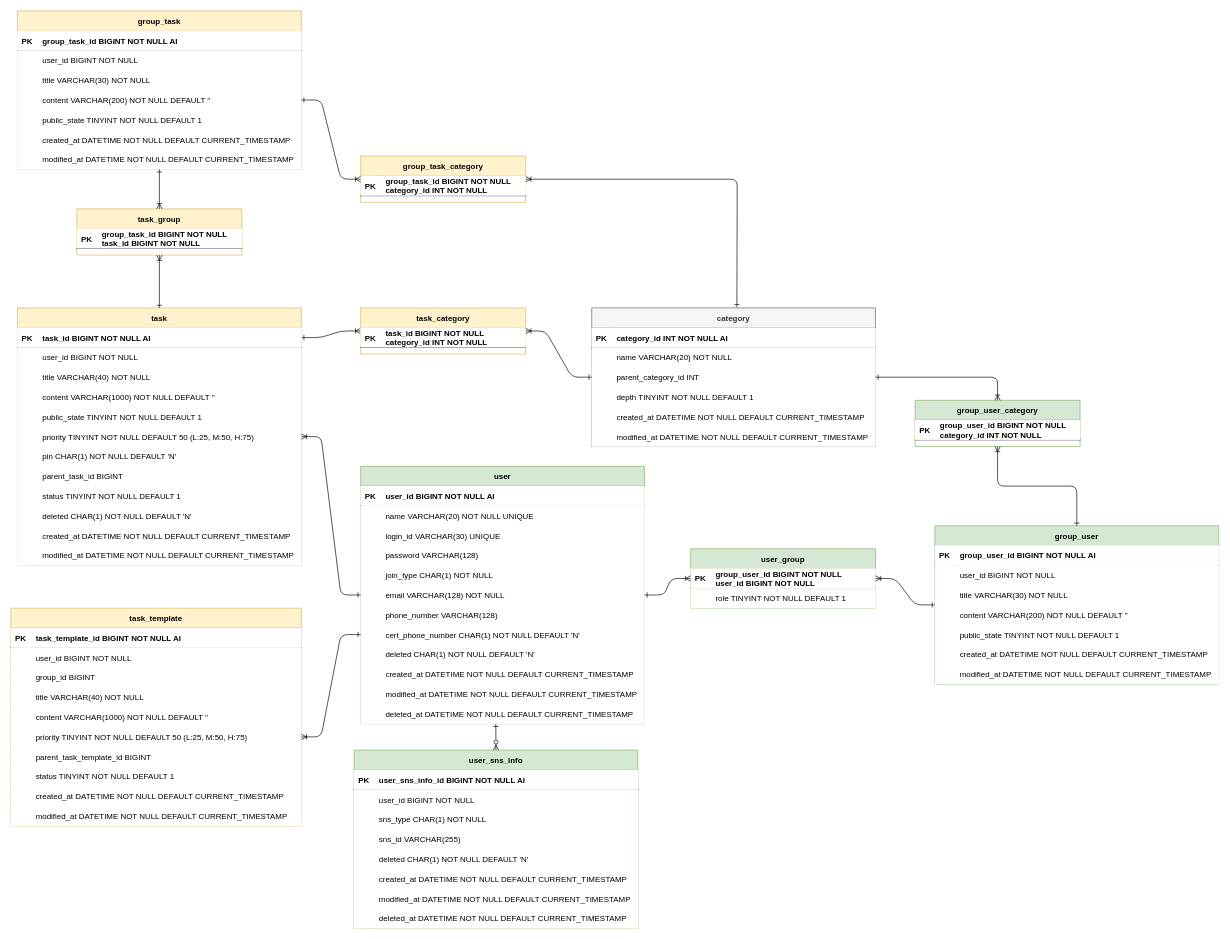
This is docs/erd.drawio from dev-team-avengers/chamomile, a draw.io file, before an edit. Source tidied: cells renumbered, new cells numbered last; positions are measured from the earlier drawing's top-left corner, leaving out a move shared by most shapes. Both pictures are drawn from the tidied source at 66%, with x=0, y=0 at pixel (11, 11).
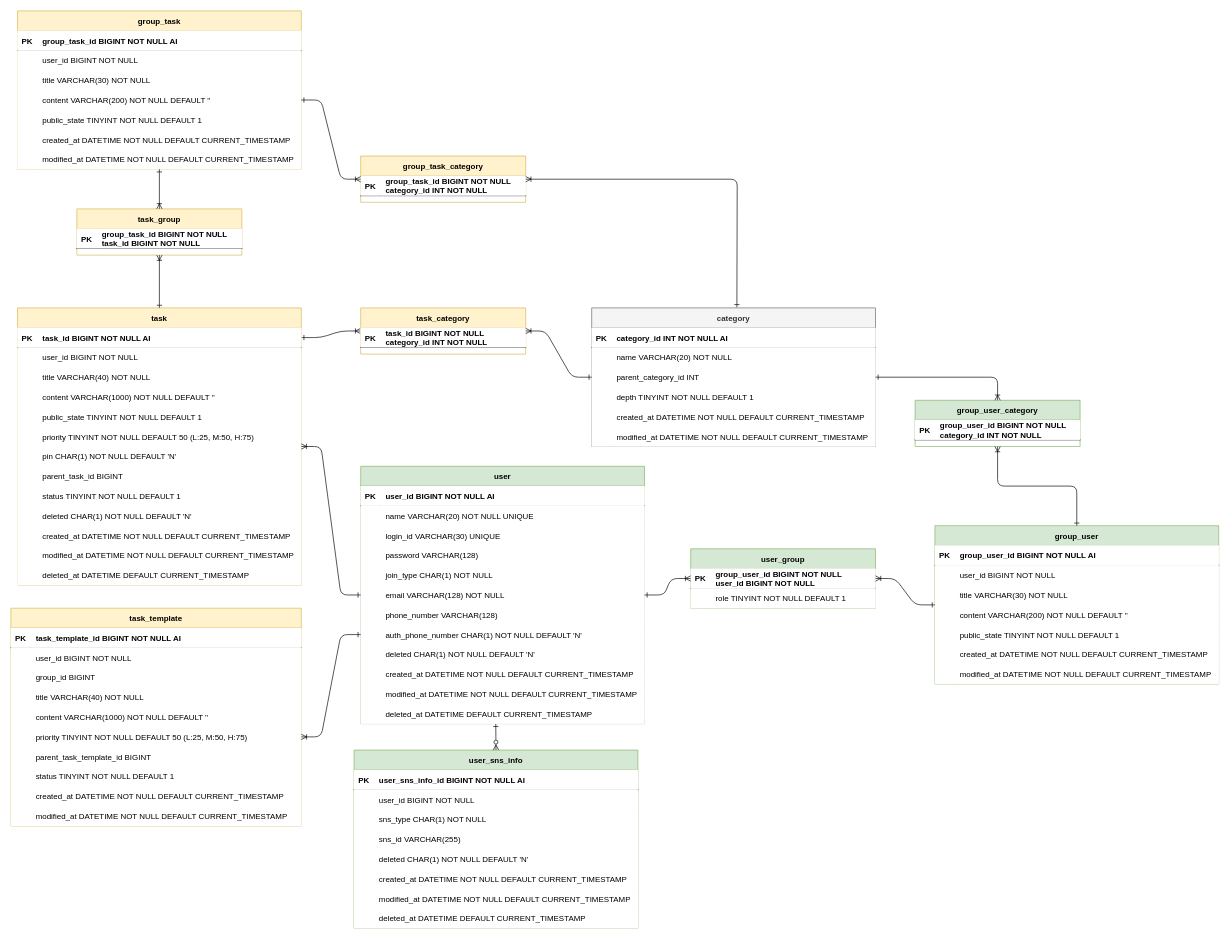
Above is the later version.

The change refers to these unchanged cells:
```xml
<mxCell id="145" style="shape=partialRectangle;points=[[0,0.5],[1,0.5]];portConstraint=eastwest;top=0;left=0;right=0;bottom=0;" parent="123" vertex="1">
  <mxGeometry y="240" width="430" height="30" as="geometry" />
</mxCell>
<mxCell id="157" style="shape=partialRectangle;points=[[0,0.5],[1,0.5]];portConstraint=eastwest;top=0;left=0;right=0;bottom=0;" parent="123" vertex="1">
  <mxGeometry y="360" width="430" height="30" as="geometry" />
</mxCell>
<mxCell id="182" style="shape=partialRectangle;top=0;left=0;right=0;bottom=0;" parent="160" vertex="1">
  <mxGeometry y="240" width="430" height="30" as="geometry" />
</mxCell>
```

Change to the diagram source:
```diff
@@
     <mxCell id="7" value="task" style="shape=table;startSize=30;childLayout=tableLayout;rowLines=0;fontStyle=1;align=center;flipV=0;flipH=0;fillColor=#fff2cc;strokeColor=#d6b656;" parent="1" vertex="1">
-      <mxGeometry x="10" y="450" width="430" height="390" as="geometry" />
+      <mxGeometry x="10" y="450" width="430" height="420" as="geometry" />
     </mxCell>
@@
+    <mxCell id="231" style="shape=partialRectangle;top=0;left=0;right=0;bottom=0;" parent="7" vertex="1">
+      <mxGeometry y="390" width="430" height="30" as="geometry" />
+    </mxCell>
+    <mxCell id="232" style="shape=partialRectangle;overflow=hidden;top=0;left=0;bottom=0;right=0;" parent="231" vertex="1">
+      <mxGeometry width="30" height="30" as="geometry" />
+    </mxCell>
+    <mxCell id="233" value="deleted_at DATETIME DEFAULT CURRENT_TIMESTAMP" style="shape=partialRectangle;overflow=hidden;top=0;left=0;bottom=0;right=0;align=left;spacingLeft=6;" parent="231" vertex="1">
+      <mxGeometry x="30" width="400" height="30" as="geometry" />
+    </mxCell>
@@
-    <mxCell id="147" value="cert_phone_number CHAR(1) NOT NULL DEFAULT 'N'" style="shape=partialRectangle;overflow=hidden;top=0;left=0;bottom=0;right=0;align=left;spacingLeft=6;" parent="145" vertex="1">
+    <mxCell id="147" value="auth_phone_number CHAR(1) NOT NULL DEFAULT 'N'" style="shape=partialRectangle;overflow=hidden;top=0;left=0;bottom=0;right=0;align=left;spacingLeft=6;" parent="145" vertex="1">
       <mxGeometry x="30" width="400" height="30" as="geometry" />
     </mxCell>
@@
-    <mxCell id="159" value="deleted_at DATETIME NOT NULL DEFAULT CURRENT_TIMESTAMP" style="shape=partialRectangle;overflow=hidden;top=0;left=0;bottom=0;right=0;align=left;spacingLeft=6;" parent="157" vertex="1">
+    <mxCell id="159" value="deleted_at DATETIME DEFAULT CURRENT_TIMESTAMP" style="shape=partialRectangle;overflow=hidden;top=0;left=0;bottom=0;right=0;align=left;spacingLeft=6;" parent="157" vertex="1">
       <mxGeometry x="30" width="400" height="30" as="geometry" />
     </mxCell>
@@
-    <mxCell id="184" value="deleted_at DATETIME NOT NULL DEFAULT CURRENT_TIMESTAMP" style="shape=partialRectangle;overflow=hidden;top=0;left=0;bottom=0;right=0;align=left;spacingLeft=6;" parent="182" vertex="1">
+    <mxCell id="184" value="deleted_at DATETIME DEFAULT CURRENT_TIMESTAMP" style="shape=partialRectangle;overflow=hidden;top=0;left=0;bottom=0;right=0;align=left;spacingLeft=6;" parent="182" vertex="1">
       <mxGeometry x="30" width="400" height="30" as="geometry" />
     </mxCell>
```
